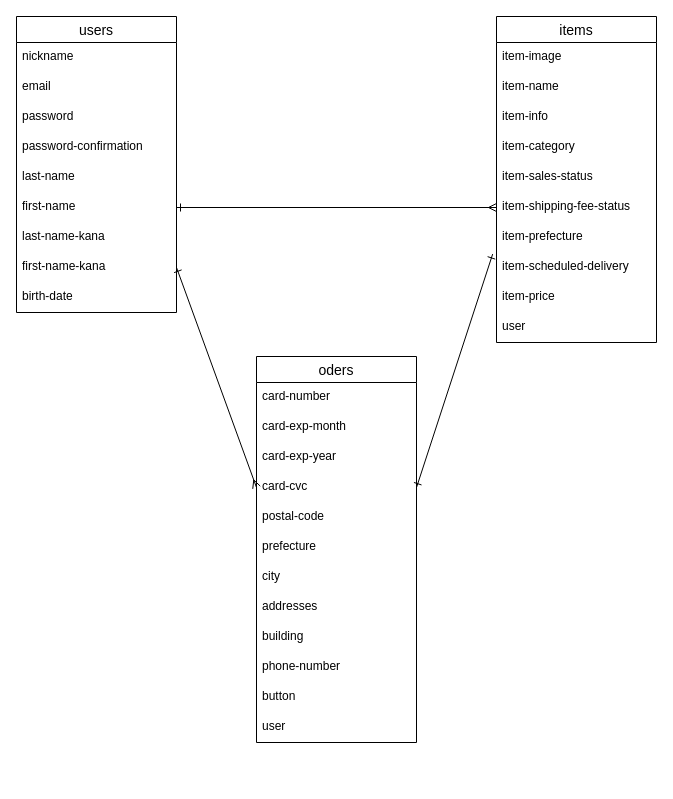
Earlier version of the draw.io diagram test.dio (Yosh1tomo/furima-36861). Source tidied: cells renumbered, new cells numbered last; positions are measured from the earlier drawing's top-left corner, leaving out a move shared by most shapes. Both pictures are drawn from the tidied source at 100%, with x=0, y=0 at pixel (16, 16).
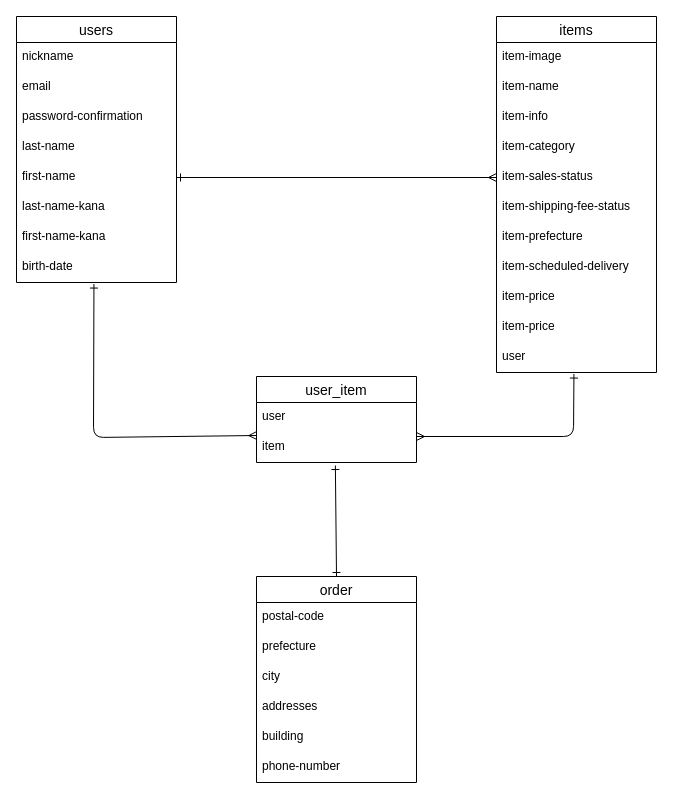
The same diagram, later.

The change refers to these unchanged cells:
```xml
<mxCell id="7" value="item-sales-status" style="text;strokeColor=none;fillColor=none;spacingLeft=4;spacingRight=4;overflow=hidden;points=[[0,0.5],[1,0.5]];portConstraint=eastwest;fontSize=12;" parent="2" vertex="1">
  <mxGeometry y="146" width="160" height="30" as="geometry" />
</mxCell>
<mxCell id="8" value="item-shipping-fee-status" style="text;strokeColor=none;fillColor=none;spacingLeft=4;spacingRight=4;overflow=hidden;points=[[0,0.5],[1,0.5]];portConstraint=eastwest;fontSize=12;" parent="2" vertex="1">
  <mxGeometry y="176" width="160" height="30" as="geometry" />
</mxCell>
<mxCell id="10" value="item-scheduled-delivery" style="text;strokeColor=none;fillColor=none;spacingLeft=4;spacingRight=4;overflow=hidden;points=[[0,0.5],[1,0.5]];portConstraint=eastwest;fontSize=12;" parent="2" vertex="1">
  <mxGeometry y="236" width="160" height="30" as="geometry" />
</mxCell>
```

Change to the diagram source:
```diff
@@
     <mxCell id="2" value="items" style="swimlane;fontStyle=0;horizontal=1;startSize=26;align=center;fontSize=14;" parent="1" vertex="1">
-      <mxGeometry x="480" width="160" height="326" as="geometry" />
+      <mxGeometry x="480" width="160" height="356" as="geometry" />
     </mxCell>
@@
+    <mxCell id="39" value="item-price" style="text;strokeColor=none;fillColor=none;spacingLeft=4;spacingRight=4;overflow=hidden;fontSize=12;" parent="2" vertex="1">
+      <mxGeometry y="266" width="160" height="30" as="geometry" />
+    </mxCell>
     <mxCell id="11" value="item-price" style="text;strokeColor=none;fillColor=none;spacingLeft=4;spacingRight=4;overflow=hidden;fontSize=12;" parent="2" vertex="1">
-      <mxGeometry y="266" width="160" height="30" as="geometry" />
+      <mxGeometry y="296" width="160" height="30" as="geometry" />
     </mxCell>
     <mxCell id="12" value="user" style="text;strokeColor=none;fillColor=none;spacingLeft=4;spacingRight=4;overflow=hidden;points=[[0,0.5],[1,0.5]];portConstraint=eastwest;fontSize=12;" parent="2" vertex="1">
-      <mxGeometry y="296" width="160" height="30" as="geometry" />
+      <mxGeometry y="326" width="160" height="30" as="geometry" />
     </mxCell>
     <mxCell id="13" value="users" style="swimlane;fontStyle=0;horizontal=1;startSize=26;align=center;fontSize=14;" parent="1" vertex="1">
-      <mxGeometry width="160" height="296" as="geometry" />
+      <mxGeometry width="160" height="266" as="geometry" />
     </mxCell>
@@
-    <mxCell id="16" value="password" style="text;strokeColor=none;fillColor=none;spacingLeft=4;spacingRight=4;overflow=hidden;fontSize=12;" parent="13" vertex="1">
-      <mxGeometry y="86" width="160" height="30" as="geometry" />
-    </mxCell>
     <mxCell id="17" value="password-confirmation" style="text;strokeColor=none;fillColor=none;spacingLeft=4;spacingRight=4;overflow=hidden;fontSize=12;" parent="13" vertex="1">
-      <mxGeometry y="116" width="160" height="30" as="geometry" />
+      <mxGeometry y="86" width="160" height="30" as="geometry" />
     </mxCell>
     <mxCell id="18" value="last-name" style="text;strokeColor=none;fillColor=none;spacingLeft=4;spacingRight=4;overflow=hidden;fontSize=12;" parent="13" vertex="1">
-      <mxGeometry y="146" width="160" height="30" as="geometry" />
+      <mxGeometry y="116" width="160" height="30" as="geometry" />
     </mxCell>
     <mxCell id="19" value="first-name" style="text;strokeColor=none;fillColor=none;spacingLeft=4;spacingRight=4;overflow=hidden;points=[[0,0.5],[1,0.5]];portConstraint=eastwest;fontSize=12;" parent="13" vertex="1">
-      <mxGeometry y="176" width="160" height="30" as="geometry" />
+      <mxGeometry y="146" width="160" height="30" as="geometry" />
     </mxCell>
     <mxCell id="20" value="last-name-kana" style="text;strokeColor=none;fillColor=none;spacingLeft=4;spacingRight=4;overflow=hidden;fontSize=12;" parent="13" vertex="1">
-      <mxGeometry y="206" width="160" height="30" as="geometry" />
+      <mxGeometry y="176" width="160" height="30" as="geometry" />
     </mxCell>
     <mxCell id="21" value="first-name-kana" style="text;strokeColor=none;fillColor=none;spacingLeft=4;spacingRight=4;overflow=hidden;points=[[0,0.5],[1,0.5]];portConstraint=eastwest;fontSize=12;" parent="13" vertex="1">
-      <mxGeometry y="236" width="160" height="30" as="geometry" />
+      <mxGeometry y="206" width="160" height="30" as="geometry" />
     </mxCell>
     <mxCell id="22" value="birth-date" style="text;strokeColor=none;fillColor=none;spacingLeft=4;spacingRight=4;overflow=hidden;points=[[0,0.5],[1,0.5]];portConstraint=eastwest;fontSize=12;" parent="13" vertex="1">
-      <mxGeometry y="266" width="160" height="30" as="geometry" />
+      <mxGeometry y="236" width="160" height="30" as="geometry" />
     </mxCell>
-    <mxCell id="23" value="oders" style="swimlane;fontStyle=0;horizontal=1;startSize=26;align=center;fontSize=14;" parent="1" vertex="1">
-      <mxGeometry x="240" y="340" width="160" height="386" as="geometry" />
+    <mxCell id="23" value="user_item" style="swimlane;fontStyle=0;horizontal=1;startSize=26;align=center;fontSize=14;" parent="1" vertex="1">
+      <mxGeometry x="240" y="360" width="160" height="86" as="geometry" />
     </mxCell>
-    <mxCell id="24" value="card-number" style="text;strokeColor=none;fillColor=none;spacingLeft=4;spacingRight=4;overflow=hidden;points=[[0,0.5],[1,0.5]];portConstraint=eastwest;fontSize=12;" parent="23" vertex="1">
+    <mxCell id="24" value="user" style="text;strokeColor=none;fillColor=none;spacingLeft=4;spacingRight=4;overflow=hidden;points=[[0,0.5],[1,0.5]];portConstraint=eastwest;fontSize=12;" parent="23" vertex="1">
       <mxGeometry y="26" width="160" height="30" as="geometry" />
     </mxCell>
-    <mxCell id="25" value="card-exp-month" style="text;strokeColor=none;fillColor=none;spacingLeft=4;spacingRight=4;overflow=hidden;points=[[0,0.5],[1,0.5]];portConstraint=eastwest;fontSize=12;" parent="23" vertex="1">
+    <mxCell id="25" value="item" style="text;strokeColor=none;fillColor=none;spacingLeft=4;spacingRight=4;overflow=hidden;points=[[0,0.5],[1,0.5]];portConstraint=eastwest;fontSize=12;" parent="23" vertex="1">
       <mxGeometry y="56" width="160" height="30" as="geometry" />
     </mxCell>
-    <mxCell id="26" value="card-exp-year" style="text;strokeColor=none;fillColor=none;spacingLeft=4;spacingRight=4;overflow=hidden;fontSize=12;" parent="23" vertex="1">
-      <mxGeometry y="86" width="160" height="30" as="geometry" />
-    </mxCell>
-    <mxCell id="27" value="card-cvc" style="text;strokeColor=none;fillColor=none;spacingLeft=4;spacingRight=4;overflow=hidden;points=[[0,0.5],[1,0.5]];portConstraint=eastwest;fontSize=12;" parent="23" vertex="1">
-      <mxGeometry y="116" width="160" height="30" as="geometry" />
-    </mxCell>
+    <mxCell id="36" style="edgeStyle=none;html=1;exitX=1;exitY=0.5;exitDx=0;exitDy=0;entryX=0;entryY=0.5;entryDx=0;entryDy=0;jumpStyle=gap;startArrow=ERone;startFill=0;endArrow=ERmany;endFill=0;" parent="1" edge="1" source="19" target="7">
+      <mxGeometry relative="1" as="geometry" />
+    </mxCell>
+    <mxCell id="37" style="edgeStyle=none;jumpStyle=gap;html=1;entryX=0.484;entryY=1.052;entryDx=0;entryDy=0;entryPerimeter=0;startArrow=ERmany;startFill=0;endArrow=ERone;endFill=0;exitX=1;exitY=0.133;exitDx=0;exitDy=0;exitPerimeter=0;" parent="1" edge="1" source="25" target="12">
+      <mxGeometry relative="1" as="geometry">
+        <Array as="points">
+          <mxPoint x="557" y="420" />
+        </Array>
+      </mxGeometry>
+    </mxCell>
+    <mxCell id="38" style="edgeStyle=none;jumpStyle=gap;html=1;exitX=0.484;exitY=1.052;exitDx=0;exitDy=0;entryX=0.002;entryY=1.1;entryDx=0;entryDy=0;startArrow=ERone;startFill=0;endArrow=ERmany;endFill=0;exitPerimeter=0;entryPerimeter=0;" parent="1" edge="1" source="22" target="24">
+      <mxGeometry relative="1" as="geometry">
+        <Array as="points">
+          <mxPoint x="77" y="421" />
+        </Array>
+      </mxGeometry>
+    </mxCell>
+    <mxCell id="40" style="edgeStyle=none;jumpStyle=gap;html=1;exitX=0.5;exitY=0;exitDx=0;exitDy=0;entryX=0.493;entryY=1.1;entryDx=0;entryDy=0;entryPerimeter=0;startArrow=ERone;startFill=0;endArrow=ERone;endFill=0;" parent="1" edge="1" source="41" target="25">
+      <mxGeometry relative="1" as="geometry" />
+    </mxCell>
+    <mxCell id="41" value="order" style="swimlane;fontStyle=0;horizontal=1;startSize=26;align=center;fontSize=14;" parent="1" vertex="1">
+      <mxGeometry x="240" y="560" width="160" height="206" as="geometry" />
+    </mxCell>
-    <mxCell id="28" value="postal-code" style="text;strokeColor=none;fillColor=none;spacingLeft=4;spacingRight=4;overflow=hidden;fontSize=12;" parent="23" vertex="1">
-      <mxGeometry y="146" width="160" height="30" as="geometry" />
+    <mxCell id="28" value="postal-code" style="text;strokeColor=none;fillColor=none;spacingLeft=4;spacingRight=4;overflow=hidden;fontSize=12;" parent="41" vertex="1">
+      <mxGeometry y="26" width="160" height="30" as="geometry" />
     </mxCell>
-    <mxCell id="29" value="prefecture" style="text;strokeColor=none;fillColor=none;spacingLeft=4;spacingRight=4;overflow=hidden;fontSize=12;" parent="23" vertex="1">
-      <mxGeometry y="176" width="160" height="30" as="geometry" />
+    <mxCell id="29" value="prefecture" style="text;strokeColor=none;fillColor=none;spacingLeft=4;spacingRight=4;overflow=hidden;fontSize=12;" parent="41" vertex="1">
+      <mxGeometry y="56" width="160" height="30" as="geometry" />
     </mxCell>
-    <mxCell id="30" value="city" style="text;strokeColor=none;fillColor=none;spacingLeft=4;spacingRight=4;overflow=hidden;fontSize=12;" parent="23" vertex="1">
-      <mxGeometry y="206" width="160" height="30" as="geometry" />
+    <mxCell id="30" value="city" style="text;strokeColor=none;fillColor=none;spacingLeft=4;spacingRight=4;overflow=hidden;fontSize=12;" parent="41" vertex="1">
+      <mxGeometry y="86" width="160" height="30" as="geometry" />
     </mxCell>
-    <mxCell id="31" value="addresses" style="text;strokeColor=none;fillColor=none;spacingLeft=4;spacingRight=4;overflow=hidden;fontSize=12;" parent="23" vertex="1">
-      <mxGeometry y="236" width="160" height="30" as="geometry" />
+    <mxCell id="31" value="addresses" style="text;strokeColor=none;fillColor=none;spacingLeft=4;spacingRight=4;overflow=hidden;fontSize=12;" parent="41" vertex="1">
+      <mxGeometry y="116" width="160" height="30" as="geometry" />
     </mxCell>
-    <mxCell id="32" value="building" style="text;strokeColor=none;fillColor=none;spacingLeft=4;spacingRight=4;overflow=hidden;fontSize=12;" parent="23" vertex="1">
-      <mxGeometry y="266" width="160" height="30" as="geometry" />
+    <mxCell id="32" value="building" style="text;strokeColor=none;fillColor=none;spacingLeft=4;spacingRight=4;overflow=hidden;fontSize=12;" parent="41" vertex="1">
+      <mxGeometry y="146" width="160" height="30" as="geometry" />
     </mxCell>
-    <mxCell id="33" value="phone-number" style="text;strokeColor=none;fillColor=none;spacingLeft=4;spacingRight=4;overflow=hidden;fontSize=12;" parent="23" vertex="1">
-      <mxGeometry y="296" width="160" height="30" as="geometry" />
+    <mxCell id="33" value="phone-number" style="text;strokeColor=none;fillColor=none;spacingLeft=4;spacingRight=4;overflow=hidden;fontSize=12;" parent="41" vertex="1">
+      <mxGeometry y="176" width="160" height="30" as="geometry" />
     </mxCell>
-    <mxCell id="34" value="button" style="text;strokeColor=none;fillColor=none;spacingLeft=4;spacingRight=4;overflow=hidden;fontSize=12;" parent="23" vertex="1">
-      <mxGeometry y="326" width="160" height="30" as="geometry" />
-    </mxCell>
-    <mxCell id="35" value="user" style="text;strokeColor=none;fillColor=none;spacingLeft=4;spacingRight=4;overflow=hidden;fontSize=12;" parent="23" vertex="1">
-      <mxGeometry y="356" width="160" height="30" as="geometry" />
-    </mxCell>
-    <mxCell id="36" style="edgeStyle=none;html=1;exitX=1;exitY=0.5;exitDx=0;exitDy=0;entryX=0;entryY=0.5;entryDx=0;entryDy=0;jumpStyle=gap;startArrow=ERone;startFill=0;endArrow=ERmany;endFill=0;" parent="1" edge="1" source="19" target="8">
-      <mxGeometry relative="1" as="geometry" />
-    </mxCell>
-    <mxCell id="37" style="edgeStyle=none;jumpStyle=gap;html=1;exitX=1;exitY=0.5;exitDx=0;exitDy=0;entryX=-0.024;entryY=0.053;entryDx=0;entryDy=0;entryPerimeter=0;startArrow=ERone;startFill=0;endArrow=ERone;endFill=0;" parent="1" edge="1" source="27" target="10">
-      <mxGeometry relative="1" as="geometry" />
-    </mxCell>
-    <mxCell id="38" style="edgeStyle=none;jumpStyle=gap;html=1;exitX=1;exitY=0.5;exitDx=0;exitDy=0;entryX=0;entryY=0.5;entryDx=0;entryDy=0;startArrow=ERone;startFill=0;endArrow=ERmany;endFill=0;" parent="1" edge="1" source="21" target="27">
-      <mxGeometry relative="1" as="geometry" />
-    </mxCell>
```
